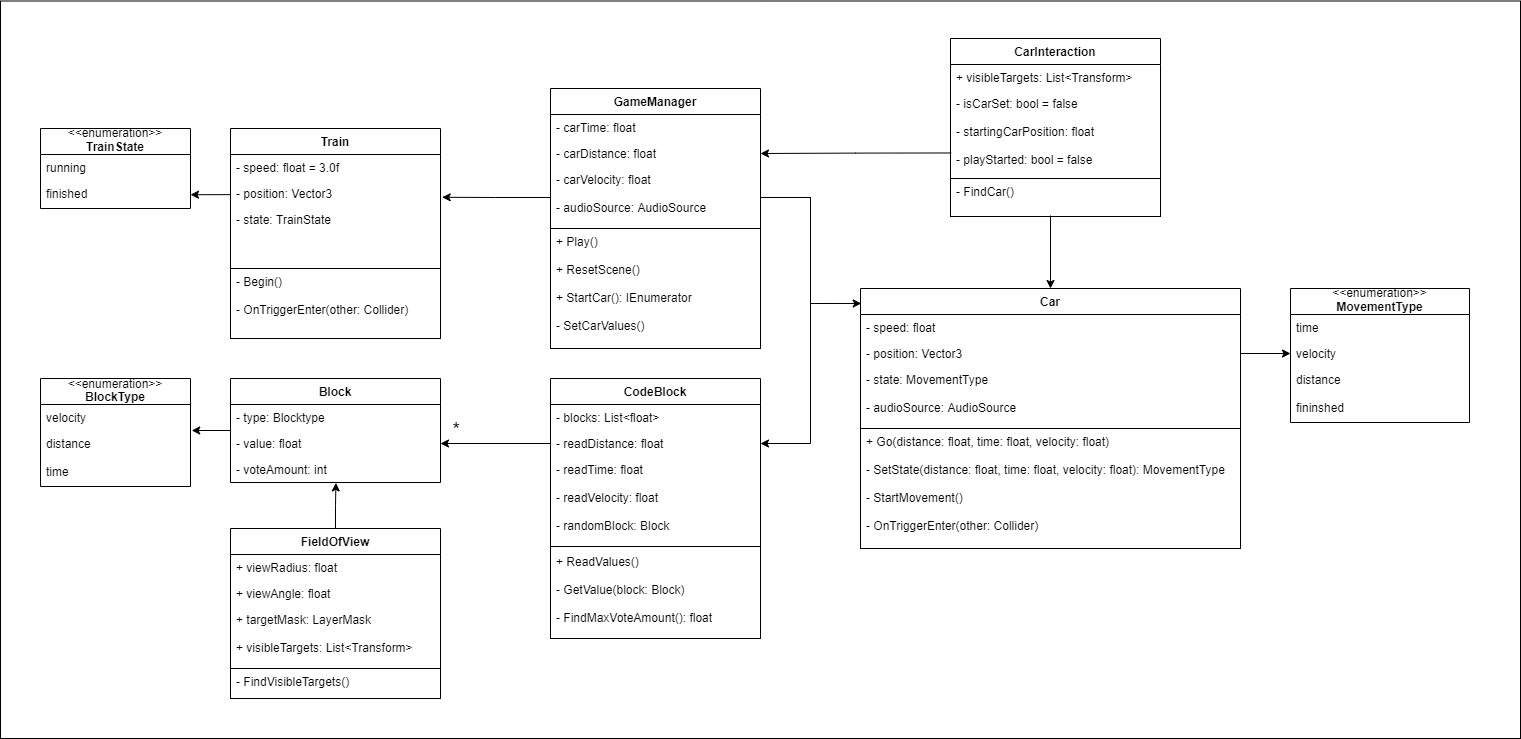
This is ClassDiagram.png from Augmented-teacheR/game_ed, a draw.io export, as it was before one commit. Source tidied: cells renumbered, new cells last; positions are measured from the earlier drawing's top-left corner, leaving out a move shared by most shapes.
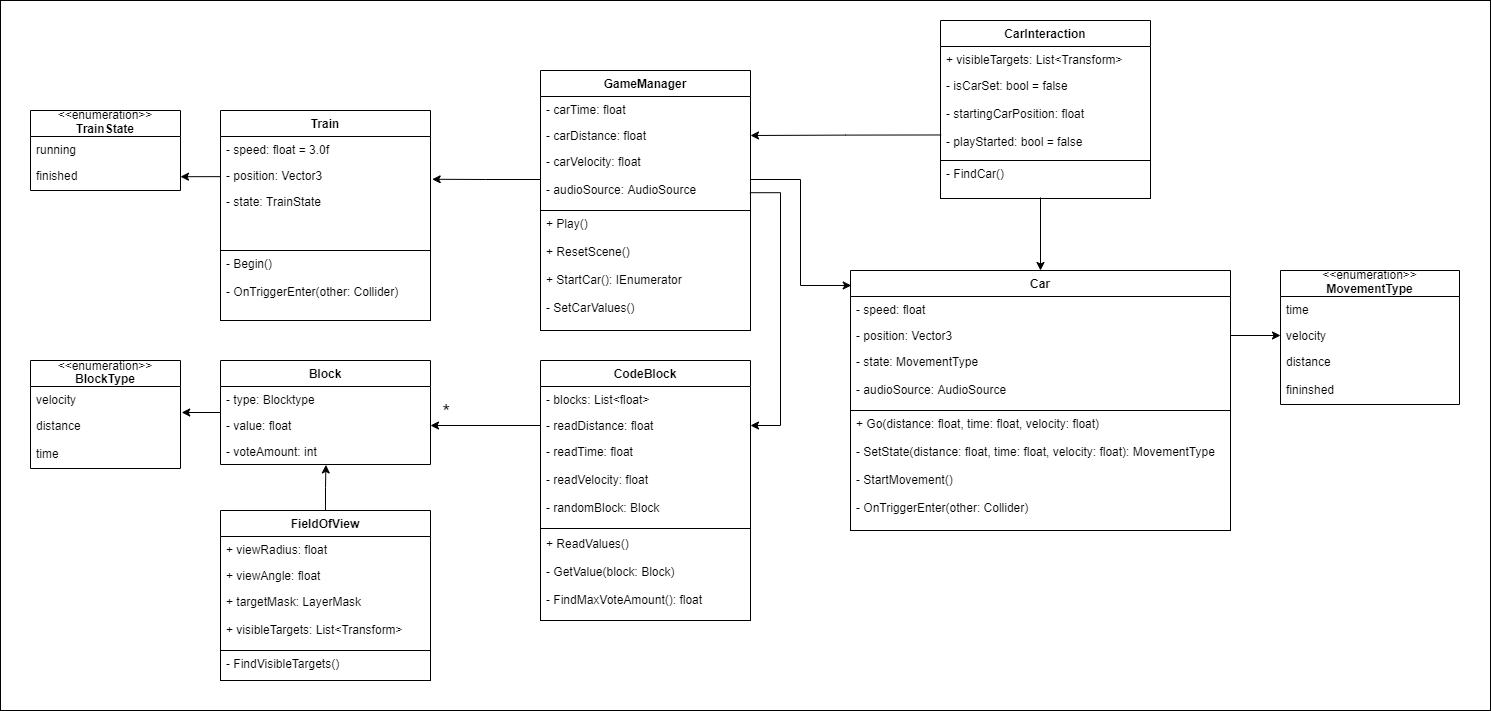
After the commit.

Commit message:
adjust diagram

Diff of the diagram source:
```diff
@@ -2,9 +2,9 @@
   <root>
     <mxCell id="0" />
     <mxCell id="1" parent="0" />
-    <mxCell id="2" style="rounded=0;whiteSpace=wrap;html=1;fontSize=12;verticalAlign=top;" parent="1" vertex="1">
-      <mxGeometry y="0.5" width="1520" height="737.5" as="geometry" />
-    </mxCell>
+    <mxCell id="70" style="rounded=0;whiteSpace=wrap;html=1;" parent="1" vertex="1">
+      <mxGeometry x="10" y="18" width="1490" height="710" as="geometry" />
+    </mxCell>
     <mxCell id="3" value="GameManager" style="swimlane;fontStyle=1;horizontal=1;startSize=26;fillColor=none;" parent="1" vertex="1">
       <mxGeometry x="550" y="88" width="210" height="140" as="geometry" />
     </mxCell>
@@ -164,11 +164,11 @@
     <mxCell id="55" style="edgeStyle=orthogonalEdgeStyle;rounded=0;jettySize=auto;html=1;exitX=1;exitY=0.5;exitDx=0;exitDy=0;entryX=0.002;entryY=0.107;entryDx=0;entryDy=0;entryPerimeter=0;" parent="1" edge="1" source="6" target="9">
       <mxGeometry relative="1" as="geometry" />
     </mxCell>
-    <mxCell id="56" style="edgeStyle=orthogonalEdgeStyle;rounded=0;jettySize=auto;html=1;exitX=1;exitY=0.5;exitDx=0;exitDy=0;entryX=1;entryY=0.5;entryDx=0;entryDy=0;" parent="1" edge="1" source="6" target="30">
+    <mxCell id="56" style="edgeStyle=orthogonalEdgeStyle;rounded=0;jettySize=auto;html=1;entryX=1;entryY=0.5;entryDx=0;entryDy=0;exitX=0.997;exitY=0.713;exitDx=0;exitDy=0;exitPerimeter=0;" parent="1" edge="1" source="6" target="30">
       <mxGeometry relative="1" as="geometry">
         <Array as="points">
-          <mxPoint x="810" y="197" />
-          <mxPoint x="810" y="443" />
+          <mxPoint x="790" y="210" />
+          <mxPoint x="790" y="443" />
         </Array>
       </mxGeometry>
     </mxCell>
```
